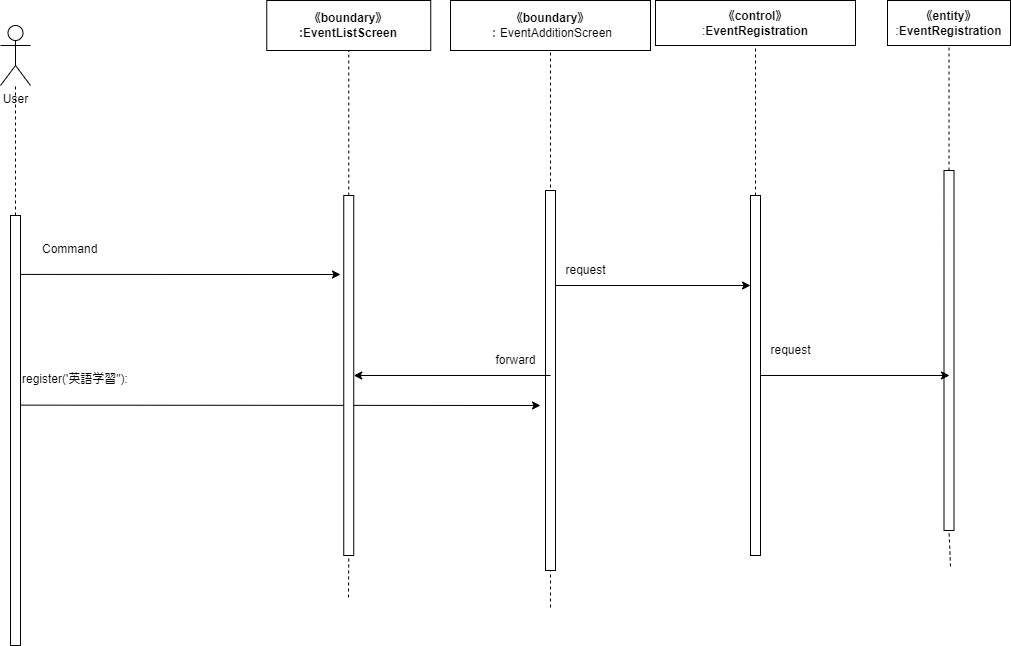
Earlier version of the draw.io export Design/Sequence-10.drawio.png (Hu-Hanxu/First-App-Self-Management-). Source tidied: cells renumbered, new cells last; positions are measured from the earlier drawing's top-left corner, leaving out a move shared by most shapes. The source it was exported from:
```xml
<mxGraphModel>
  <root>
    <mxCell id="0" />
    <mxCell id="1" parent="0" />
    <mxCell id="2" value="User" style="shape=umlActor;verticalLabelPosition=bottom;verticalAlign=top;html=1;outlineConnect=0;" parent="1" vertex="1">
      <mxGeometry y="25" width="30" height="60" as="geometry" />
    </mxCell>
    <mxCell id="3" style="endArrow=none;dashed=1;html=1;exitX=0.5;exitY=0;exitDx=0;exitDy=0;" parent="1" edge="1" target="2">
      <mxGeometry relative="1" as="geometry">
        <mxPoint x="15" y="215" as="sourcePoint" />
      </mxGeometry>
    </mxCell>
    <mxCell id="4" value="&lt;span style=&quot;font-weight: 700;&quot;&gt;《boundary》&lt;/span&gt;&lt;br style=&quot;font-weight: 700;&quot;&gt;&lt;span style=&quot;font-weight: 700;&quot;&gt;:EventList&lt;/span&gt;&lt;b&gt;Screen&lt;/b&gt;" style="rounded=0;whiteSpace=wrap;html=1;" parent="1" vertex="1">
      <mxGeometry x="266.2" width="164" height="50" as="geometry" />
    </mxCell>
    <mxCell id="5" value="&lt;span style=&quot;font-weight: 700;&quot;&gt;《boundary》&lt;/span&gt;&lt;br&gt;：EventAdditionScreen" style="rounded=0;whiteSpace=wrap;html=1;" parent="1" vertex="1">
      <mxGeometry x="450" width="200" height="50" as="geometry" />
    </mxCell>
    <mxCell id="6" value="&lt;span style=&quot;font-weight: 700;&quot;&gt;《control》&lt;br&gt;&lt;/span&gt;:&lt;b&gt;EventRegistration&lt;/b&gt;" style="rounded=0;whiteSpace=wrap;html=1;" parent="1" vertex="1">
      <mxGeometry x="655" width="200" height="45" as="geometry" />
    </mxCell>
    <mxCell id="7" style="endArrow=classic;html=1;exitX=0.162;exitY=0.441;exitDx=0;exitDy=0;exitPerimeter=0;" parent="1" edge="1" source="8">
      <mxGeometry relative="1" as="geometry">
        <mxPoint x="540" y="405" as="targetPoint" />
      </mxGeometry>
    </mxCell>
    <mxCell id="8" style="rounded=0;whiteSpace=wrap;html=1;" parent="1" vertex="1">
      <mxGeometry x="10" y="215" width="10" height="430" as="geometry" />
    </mxCell>
    <mxCell id="9" style="endArrow=none;dashed=1;html=1;entryX=0.5;entryY=1;entryDx=0;entryDy=0;startArrow=none;" parent="1" edge="1" source="11" target="4">
      <mxGeometry relative="1" as="geometry" />
    </mxCell>
    <mxCell id="10" style="endArrow=none;dashed=1;html=1;entryX=0.5;entryY=1;entryDx=0;entryDy=0;" parent="1" edge="1" target="11">
      <mxGeometry relative="1" as="geometry">
        <mxPoint x="348" y="597" as="sourcePoint" />
      </mxGeometry>
    </mxCell>
    <mxCell id="11" style="rounded=0;whiteSpace=wrap;html=1;" parent="1" vertex="1">
      <mxGeometry x="343.2" y="195" width="10" height="360" as="geometry" />
    </mxCell>
    <mxCell id="12" style="endArrow=none;dashed=1;html=1;entryX=0.5;entryY=1;entryDx=0;entryDy=0;" parent="1" edge="1" target="5">
      <mxGeometry relative="1" as="geometry">
        <mxPoint x="550" y="607" as="sourcePoint" />
      </mxGeometry>
    </mxCell>
    <mxCell id="13" style="rounded=0;whiteSpace=wrap;html=1;" parent="1" vertex="1">
      <mxGeometry x="545" y="190" width="10" height="380" as="geometry" />
    </mxCell>
    <mxCell id="14" style="endArrow=none;dashed=1;html=1;entryX=0.5;entryY=1;entryDx=0;entryDy=0;startArrow=none;" parent="1" edge="1" source="15" target="6">
      <mxGeometry relative="1" as="geometry" />
    </mxCell>
    <mxCell id="15" style="rounded=0;whiteSpace=wrap;html=1;" parent="1" vertex="1">
      <mxGeometry x="750" y="195" width="10" height="360" as="geometry" />
    </mxCell>
    <mxCell id="16" value="&lt;span style=&quot;font-weight: 700;&quot;&gt;《entity》&lt;/span&gt;&lt;br&gt;:&lt;b&gt;EventRegistration&lt;/b&gt;" style="rounded=0;whiteSpace=wrap;html=1;" parent="1" vertex="1">
      <mxGeometry x="887" width="123" height="45" as="geometry" />
    </mxCell>
    <mxCell id="17" style="endArrow=none;dashed=1;html=1;entryX=0.5;entryY=1;entryDx=0;entryDy=0;startArrow=none;" parent="1" edge="1" source="19" target="16">
      <mxGeometry relative="1" as="geometry" />
    </mxCell>
    <mxCell id="18" style="endArrow=none;dashed=1;html=1;entryX=0.5;entryY=1;entryDx=0;entryDy=0;" parent="1" edge="1" target="19">
      <mxGeometry relative="1" as="geometry">
        <mxPoint x="950" y="566" as="sourcePoint" />
      </mxGeometry>
    </mxCell>
    <mxCell id="19" style="rounded=0;whiteSpace=wrap;html=1;" parent="1" vertex="1">
      <mxGeometry x="943.5" y="170" width="10" height="360" as="geometry" />
    </mxCell>
    <mxCell id="20" value="register('英語学習&quot;):" style="text;whiteSpace=wrap;html=1;" parent="1" vertex="1">
      <mxGeometry x="20" y="365" width="280" height="40" as="geometry" />
    </mxCell>
    <mxCell id="21" value="Command" style="text;whiteSpace=wrap;html=1;" parent="1" vertex="1">
      <mxGeometry x="40" y="235" width="90" height="40" as="geometry" />
    </mxCell>
    <mxCell id="22" style="endArrow=classic;html=1;exitX=1.055;exitY=0.137;exitDx=0;exitDy=0;exitPerimeter=0;" parent="1" edge="1" source="8">
      <mxGeometry relative="1" as="geometry">
        <mxPoint x="340" y="274" as="targetPoint" />
      </mxGeometry>
    </mxCell>
    <mxCell id="23" style="endArrow=classic;html=1;exitX=1;exitY=0.25;exitDx=0;exitDy=0;entryX=0;entryY=0.25;entryDx=0;entryDy=0;" parent="1" edge="1" source="13" target="15">
      <mxGeometry relative="1" as="geometry" />
    </mxCell>
    <mxCell id="24" value="request" style="text;html=1;align=center;verticalAlign=middle;strokeColor=none;fillColor=none;" parent="1" vertex="1">
      <mxGeometry x="555" y="255" width="60" height="30" as="geometry" />
    </mxCell>
    <mxCell id="25" style="endArrow=classic;html=1;" parent="1" edge="1" target="11">
      <mxGeometry relative="1" as="geometry">
        <mxPoint x="550" y="375" as="sourcePoint" />
      </mxGeometry>
    </mxCell>
    <mxCell id="26" value="forward" style="text;html=1;align=center;verticalAlign=middle;strokeColor=none;fillColor=none;" parent="1" vertex="1">
      <mxGeometry x="485" y="345" width="60" height="30" as="geometry" />
    </mxCell>
    <mxCell id="27" style="endArrow=classic;html=1;exitX=1;exitY=0.5;exitDx=0;exitDy=0;" parent="1" edge="1" source="15">
      <mxGeometry relative="1" as="geometry">
        <mxPoint x="949" y="375" as="targetPoint" />
      </mxGeometry>
    </mxCell>
    <mxCell id="28" value="request" style="text;html=1;align=center;verticalAlign=middle;strokeColor=none;fillColor=none;" parent="1" vertex="1">
      <mxGeometry x="760" y="335" width="60" height="30" as="geometry" />
    </mxCell>
  </root>
</mxGraphModel>
```
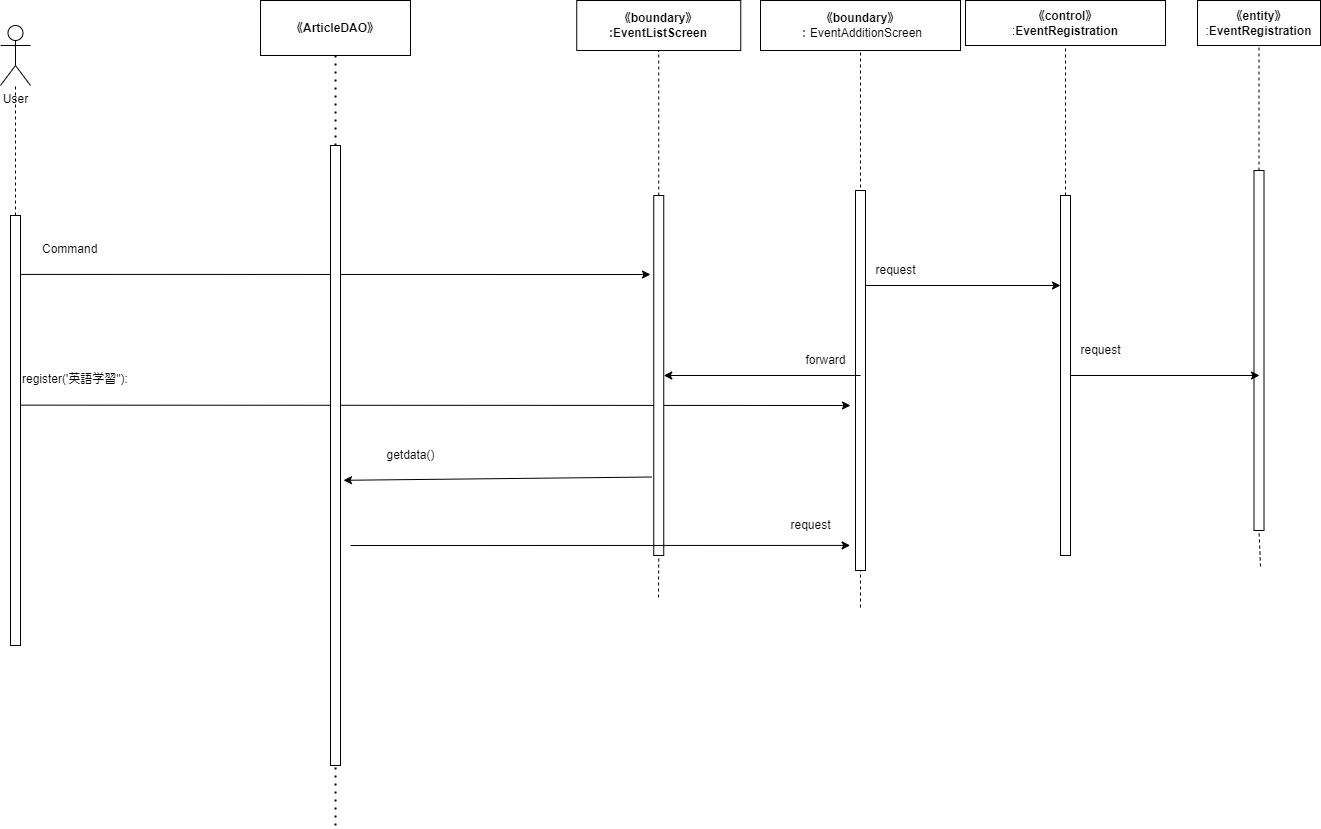
After the commit.

Change to the diagram source:
```diff
@@ -3,11 +3,11 @@
     <mxCell id="0" />
     <mxCell id="1" parent="0" />
     <mxCell id="2" value="User" style="shape=umlActor;verticalLabelPosition=bottom;verticalAlign=top;html=1;outlineConnect=0;" parent="1" vertex="1">
-      <mxGeometry y="25" width="30" height="60" as="geometry" />
+      <mxGeometry x="-310" y="25" width="30" height="60" as="geometry" />
     </mxCell>
     <mxCell id="3" style="endArrow=none;dashed=1;html=1;exitX=0.5;exitY=0;exitDx=0;exitDy=0;" parent="1" edge="1" target="2">
       <mxGeometry relative="1" as="geometry">
-        <mxPoint x="15" y="215" as="sourcePoint" />
+        <mxPoint x="-295" y="215" as="sourcePoint" />
       </mxGeometry>
     </mxCell>
     <mxCell id="4" value="&lt;span style=&quot;font-weight: 700;&quot;&gt;《boundary》&lt;/span&gt;&lt;br style=&quot;font-weight: 700;&quot;&gt;&lt;span style=&quot;font-weight: 700;&quot;&gt;:EventList&lt;/span&gt;&lt;b&gt;Screen&lt;/b&gt;" style="rounded=0;whiteSpace=wrap;html=1;" parent="1" vertex="1">
@@ -25,7 +25,7 @@
       </mxGeometry>
     </mxCell>
     <mxCell id="8" style="rounded=0;whiteSpace=wrap;html=1;" parent="1" vertex="1">
-      <mxGeometry x="10" y="215" width="10" height="430" as="geometry" />
+      <mxGeometry x="-300" y="215" width="10" height="430" as="geometry" />
     </mxCell>
     <mxCell id="9" style="endArrow=none;dashed=1;html=1;entryX=0.5;entryY=1;entryDx=0;entryDy=0;startArrow=none;" parent="1" edge="1" source="11" target="4">
       <mxGeometry relative="1" as="geometry" />
@@ -67,10 +67,10 @@
       <mxGeometry x="943.5" y="170" width="10" height="360" as="geometry" />
     </mxCell>
     <mxCell id="20" value="register('英語学習&quot;):" style="text;whiteSpace=wrap;html=1;" parent="1" vertex="1">
-      <mxGeometry x="20" y="365" width="280" height="40" as="geometry" />
+      <mxGeometry x="-290" y="365" width="280" height="40" as="geometry" />
     </mxCell>
     <mxCell id="21" value="Command" style="text;whiteSpace=wrap;html=1;" parent="1" vertex="1">
-      <mxGeometry x="40" y="235" width="90" height="40" as="geometry" />
+      <mxGeometry x="-270" y="235" width="90" height="40" as="geometry" />
     </mxCell>
     <mxCell id="22" style="endArrow=classic;html=1;exitX=1.055;exitY=0.137;exitDx=0;exitDy=0;exitPerimeter=0;" parent="1" edge="1" source="8">
       <mxGeometry relative="1" as="geometry">
@@ -99,5 +99,33 @@
     <mxCell id="28" value="request" style="text;html=1;align=center;verticalAlign=middle;strokeColor=none;fillColor=none;" parent="1" vertex="1">
       <mxGeometry x="760" y="335" width="60" height="30" as="geometry" />
     </mxCell>
+    <mxCell id="29" value="&lt;span style=&quot;font-weight: 700;&quot;&gt;《&lt;/span&gt;&lt;span style=&quot;font-weight: 700;&quot;&gt;ArticleDAO&lt;/span&gt;&lt;span style=&quot;font-weight: 700;&quot;&gt;》&lt;/span&gt;" style="rounded=0;whiteSpace=wrap;html=1;" parent="1" vertex="1">
+      <mxGeometry x="-50" width="150" height="55" as="geometry" />
+    </mxCell>
+    <mxCell id="30" style="endArrow=none;dashed=1;html=1;dashPattern=1 3;strokeWidth=2;entryX=0.5;entryY=1;entryDx=0;entryDy=0;startArrow=none;" parent="1" edge="1" source="32" target="29">
+      <mxGeometry relative="1" as="geometry" />
+    </mxCell>
+    <mxCell id="31" style="endArrow=none;dashed=1;html=1;dashPattern=1 3;strokeWidth=2;entryX=0.5;entryY=1;entryDx=0;entryDy=0;" parent="1" edge="1" target="32">
+      <mxGeometry relative="1" as="geometry">
+        <mxPoint x="25" y="825" as="sourcePoint" />
+      </mxGeometry>
+    </mxCell>
+    <mxCell id="32" style="rounded=0;whiteSpace=wrap;html=1;" parent="1" vertex="1">
+      <mxGeometry x="20" y="145" width="10" height="620" as="geometry" />
+    </mxCell>
+    <mxCell id="33" value="getdata()" style="text;html=1;align=center;verticalAlign=middle;strokeColor=none;fillColor=none;" parent="1" vertex="1">
+      <mxGeometry x="65" y="440" width="70" height="30" as="geometry" />
+    </mxCell>
+    <mxCell id="34" style="endArrow=classic;html=1;entryX=1.3;entryY=0.54;entryDx=0;entryDy=0;entryPerimeter=0;exitX=-0.192;exitY=0.782;exitDx=0;exitDy=0;exitPerimeter=0;" parent="1" edge="1" source="11" target="32">
+      <mxGeometry relative="1" as="geometry" />
+    </mxCell>
+    <mxCell id="35" style="endArrow=classic;html=1;entryX=-0.533;entryY=0.934;entryDx=0;entryDy=0;entryPerimeter=0;" parent="1" edge="1" target="13">
+      <mxGeometry relative="1" as="geometry">
+        <mxPoint x="40" y="545" as="sourcePoint" />
+      </mxGeometry>
+    </mxCell>
+    <mxCell id="36" value="request" style="text;html=1;align=center;verticalAlign=middle;strokeColor=none;fillColor=none;" parent="1" vertex="1">
+      <mxGeometry x="470" y="510" width="60" height="30" as="geometry" />
+    </mxCell>
   </root>
 </mxGraphModel>
```
